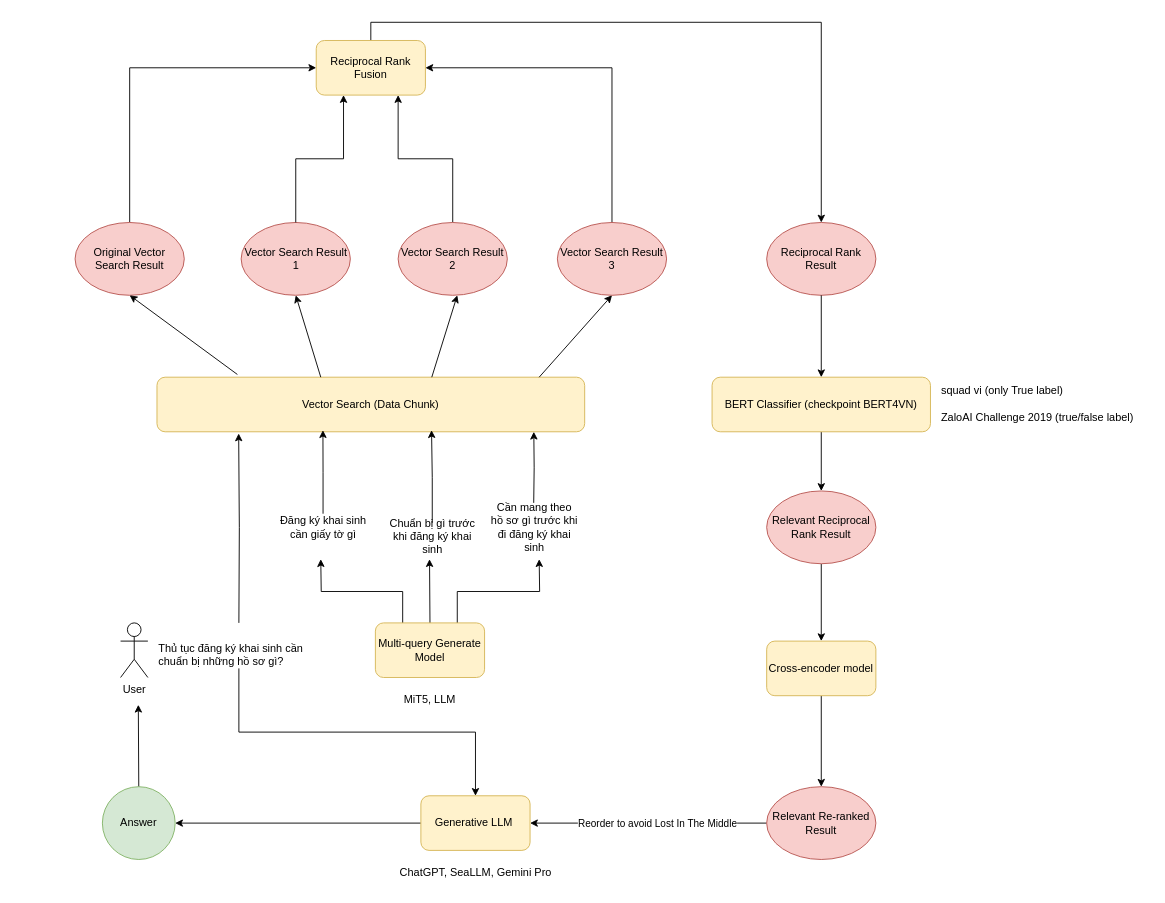
Above: thesis/assets/drawio/RAG.drawio in TranHuyZIT/cantho-public-services (draw.io), before the change. Source tidied: cells renumbered, new cells numbered last; positions are measured from the earlier drawing's top-left corner, leaving out a move shared by most shapes. Both pictures are drawn from the tidied source at 91%, with x=0, y=0 at pixel (75, 40).
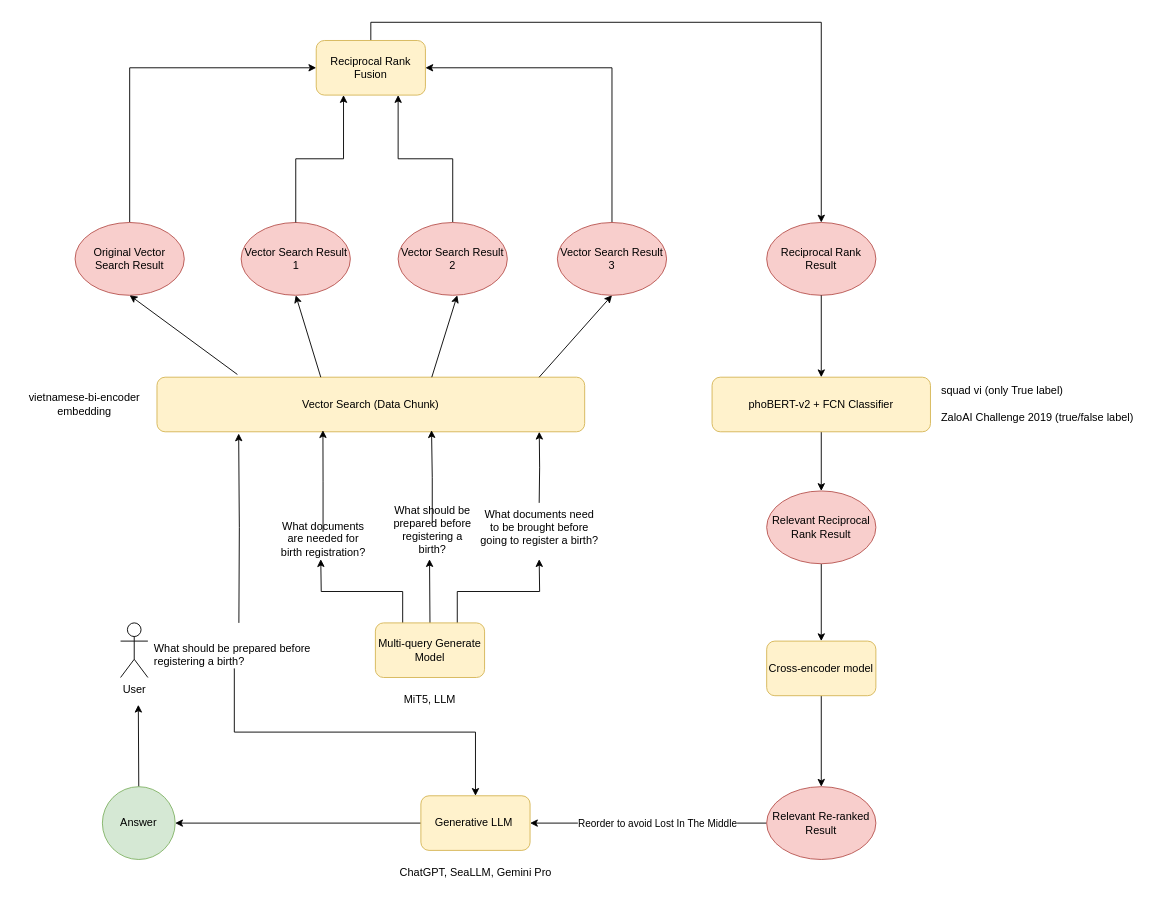
After the change.

Diff of the diagram source:
```diff
@@
-    <mxCell id="5" value="Thủ tục đăng ký khai sinh cần chuẩn bị những hồ sơ gì?" style="text;html=1;strokeColor=none;fillColor=none;align=left;verticalAlign=middle;whiteSpace=wrap;rounded=0;" parent="1" vertex="1">
-      <mxGeometry x="90" y="660" width="180" height="30" as="geometry" />
+    <mxCell id="5" value="What should be prepared before registering a birth?" style="text;html=1;strokeColor=none;fillColor=none;align=left;verticalAlign=middle;whiteSpace=wrap;rounded=0;" parent="1" vertex="1">
+      <mxGeometry x="85" y="660" width="180" height="30" as="geometry" />
     </mxCell>
@@
-    <mxCell id="13" value="Đăng ký khai sinh cần giấy tờ gì" style="text;html=1;strokeColor=none;fillColor=none;align=center;verticalAlign=middle;whiteSpace=wrap;rounded=0;" parent="1" vertex="1">
-      <mxGeometry x="222.5" y="520" width="100" height="30" as="geometry" />
+    <mxCell id="13" value="&lt;div&gt;What documents are needed for birth registration?&lt;/div&gt;&lt;div&gt;&lt;br&gt;&lt;/div&gt;" style="text;html=1;strokeColor=none;fillColor=none;align=center;verticalAlign=middle;whiteSpace=wrap;rounded=0;" parent="1" vertex="1">
+      <mxGeometry x="222.5" y="540" width="100" height="30" as="geometry" />
     </mxCell>
-    <mxCell id="14" value="Chuẩn bị gì trước khi đăng ký khai sinh" style="text;html=1;strokeColor=none;fillColor=none;align=center;verticalAlign=middle;whiteSpace=wrap;rounded=0;" parent="1" vertex="1">
+    <mxCell id="14" value="&lt;div&gt;What should be prepared before registering a birth?&lt;/div&gt;&lt;div&gt;&lt;br&gt;&lt;/div&gt;" style="text;html=1;strokeColor=none;fillColor=none;align=center;verticalAlign=middle;whiteSpace=wrap;rounded=0;" parent="1" vertex="1">
       <mxGeometry x="342.5" y="530" width="100" height="30" as="geometry" />
     </mxCell>
-    <mxCell id="15" value="Cần mang theo hồ sơ gì trước khi đi đăng ký khai sinh" style="text;html=1;strokeColor=none;fillColor=none;align=center;verticalAlign=middle;whiteSpace=wrap;rounded=0;" parent="1" vertex="1">
-      <mxGeometry x="455" y="520" width="100" height="30" as="geometry" />
+    <mxCell id="15" value="What documents need to be brought before going to register a birth?" style="text;html=1;strokeColor=none;fillColor=none;align=center;verticalAlign=middle;whiteSpace=wrap;rounded=0;" parent="1" vertex="1">
+      <mxGeometry x="442.5" y="520" width="135" height="30" as="geometry" />
     </mxCell>
@@
     <mxCell id="19" style="edgeStyle=orthogonalEdgeStyle;rounded=0;orthogonalLoop=1;jettySize=auto;html=1;entryX=0.881;entryY=1.032;entryDx=0;entryDy=0;entryPerimeter=0;" parent="1" edge="1">
       <mxGeometry relative="1" as="geometry">
-        <mxPoint x="504" y="508.1" as="sourcePoint" />
-        <mxPoint x="504.1" y="430" as="targetPoint" />
+        <mxPoint x="510" y="508.1" as="sourcePoint" />
+        <mxPoint x="510.1" y="430" as="targetPoint" />
       </mxGeometry>
     </mxCell>
@@
-    <mxCell id="36" value="BERT Classifier (checkpoint BERT4VN)" style="rounded=1;whiteSpace=wrap;html=1;fillColor=#fff2cc;strokeColor=#d6b656;" parent="1" vertex="1">
+    <mxCell id="36" value="phoBERT-v2 + FCN Classifier" style="rounded=1;whiteSpace=wrap;html=1;fillColor=#fff2cc;strokeColor=#d6b656;" parent="1" vertex="1">
       <mxGeometry x="700" y="370" width="240" height="60" as="geometry" />
     </mxCell>
@@
+    <mxCell id="52" value="vietnamese-bi-encoder&lt;br&gt;embedding" style="text;html=1;align=center;verticalAlign=middle;strokeColor=none;fillColor=none;" parent="1" vertex="1">
+      <mxGeometry x="-65" y="380" width="150" height="40" as="geometry" />
+    </mxCell>
```
